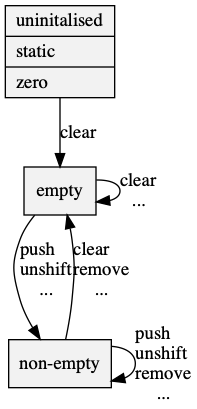
This is web/states.png from neil-edelman/boxes, a Graphviz export, as it was before one commit. Its source is kept beside it as web/states.gv.
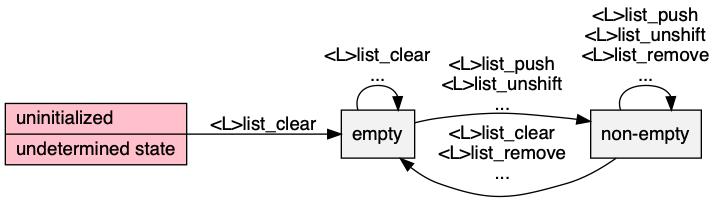
After the commit.

Change to the diagram source:
```diff
@@ -1,14 +1,15 @@
 digraph {
-	fontface=modern;
-	node [shape=record, style=filled, fillcolor="Gray95"];
-	null [label="{uninitalised\lstatic\lzero\l|not in a valid state}"];
+	graph [rankdir=LR, truecolor=true, bgcolor=transparent, fontname="Bitstream Vera Sans"];
+	node [shape=record, style=filled, fillcolor="Grey95", fontname="Bitstream Vera Sans"];
+	edge [fontname="Bitstream Vera Sans"];
+	null [ label = "uninitialized\l|undetermined state\l", fillcolor = pink ];
 	empty;
 	full [label="non-empty"];
-	null -> empty [label="clear\l"];
+	null -> empty [label="<L>list_clear"];
 	#empty -> empty [style=invis];
-	empty -> empty [label="clear\l..."];
-	empty -> full [label="push\lunshift\l..."];
-	full -> empty [label="clear\lremove\l..."];
-	full -> full [label="push\lunshift\lremove\l..."];
+	empty -> empty [label="<L>list_clear\n..."];
+	empty -> full [label="<L>list_push\n<L>list_unshift\n..."];
+	full -> empty [label="<L>list_clear\n<L>list_remove\n..."];
+	full -> full [label="<L>list_push\n<L>list_unshift\n<L>list_remove\n..."];
 	#{ rank=same; empty; full; }
 }
```
